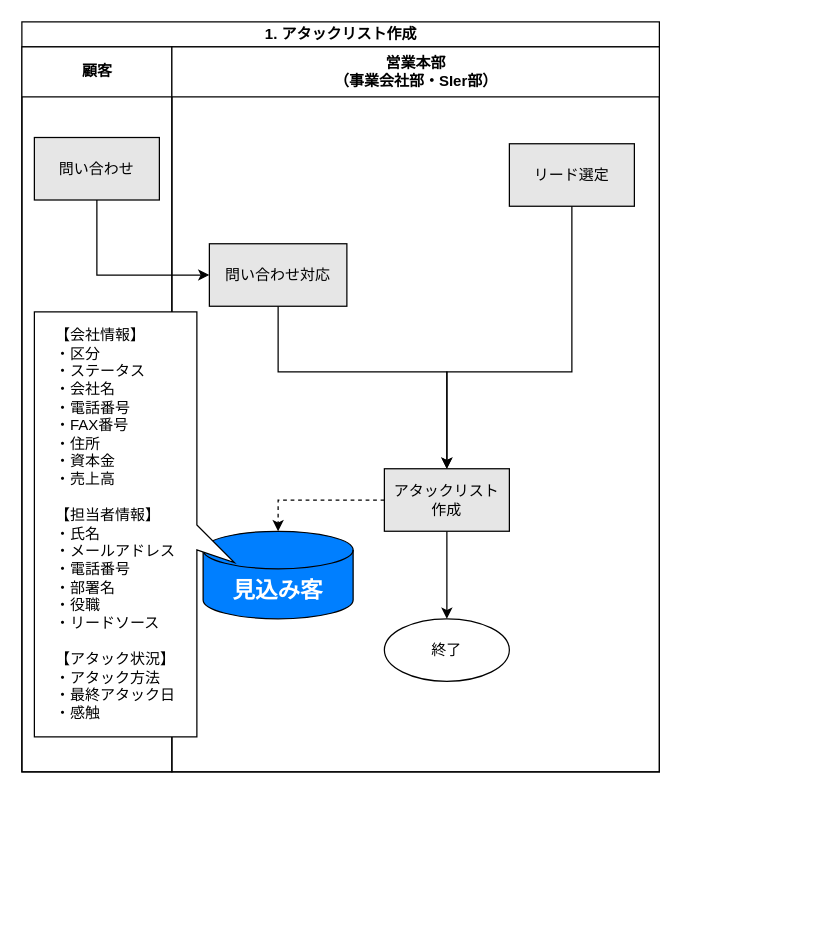
Before: page "アタックリスト作成" (2 of 6) of 20230622To-Be業務フロー図.drawio in TaikiHorita/TaikiRepository, a draw.io diagram. Source tidied: cells renumbered, new cells numbered last; positions are measured from the earlier drawing's top-left corner, leaving out a move shared by most shapes. Both pictures are drawn from the tidied source at 125%, with x=0, y=0 at pixel (21, 21).
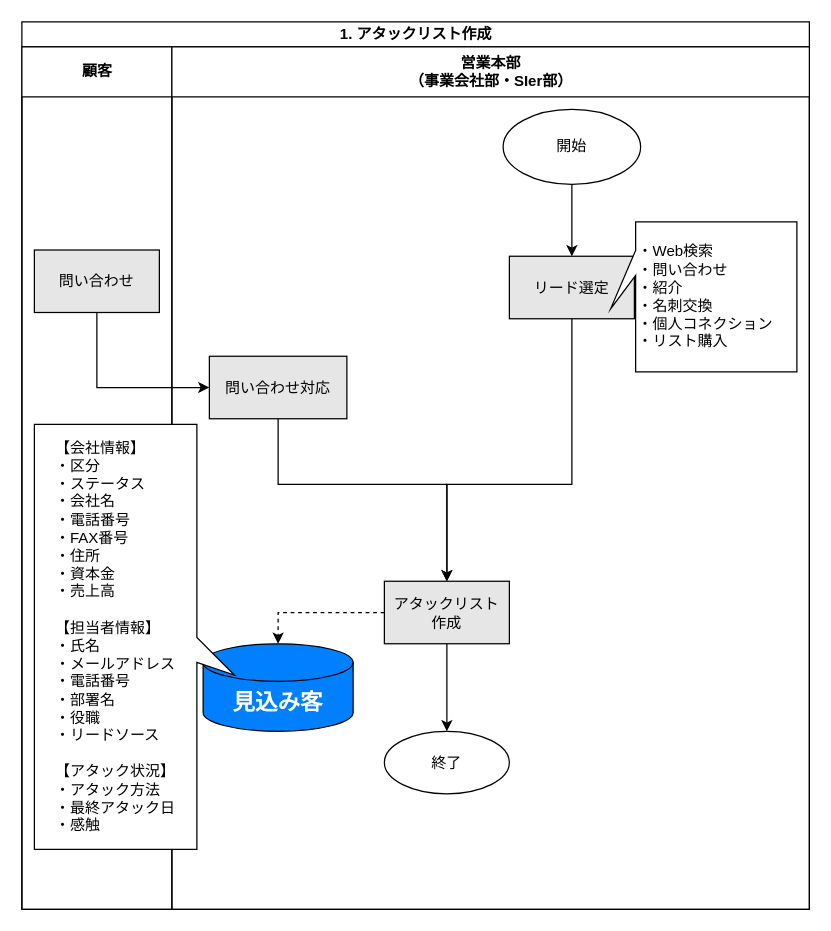
The same page after the edit.

Diff of the diagram source:
```diff
@@
-    <mxCell id="2" value="1. アタックリスト作成" style="swimlane;startSize=20;html=1;" parent="1" vertex="1">
-      <mxGeometry width="510" height="600" as="geometry" />
+    <mxCell id="2" value="1. アタックリスト作成" style="swimlane;startSize=20;html=1;fontFamily=メイリオ;" parent="1" vertex="1">
+      <mxGeometry width="630" height="710" as="geometry" />
     </mxCell>
-    <mxCell id="3" value="顧客" style="swimlane;startSize=40;html=1;" parent="2" vertex="1">
-      <mxGeometry y="20" width="120" height="580" as="geometry" />
+    <mxCell id="3" value="顧客" style="swimlane;startSize=40;html=1;fontFamily=メイリオ;" parent="2" vertex="1">
+      <mxGeometry y="20" width="120" height="690" as="geometry" />
     </mxCell>
+    <mxCell id="5" value="営業本部&lt;br&gt;（事業会社部・SIer部）" style="swimlane;startSize=40;html=1;fontFamily=メイリオ;" parent="2" vertex="1">
+      <mxGeometry x="120" y="20" width="510" height="690" as="geometry" />
+    </mxCell>
+    <mxCell id="17" value="&lt;font face=&quot;メイリオ&quot;&gt;開始&lt;/font&gt;" style="ellipse;whiteSpace=wrap;html=1;" parent="5" vertex="1">
+      <mxGeometry x="265" y="50" width="110" height="60" as="geometry" />
+    </mxCell>
-    <mxCell id="4" value="問い合わせ" style="rounded=0;whiteSpace=wrap;html=1;fillColor=#E6E6E6;" parent="3" vertex="1">
-      <mxGeometry x="10" y="72.5" width="100" height="50" as="geometry" />
+    <mxCell id="4" value="問い合わせ" style="rounded=0;whiteSpace=wrap;html=1;fillColor=#E6E6E6;fontFamily=メイリオ;" parent="1" vertex="1">
+      <mxGeometry x="10" y="182.5" width="100" height="50" as="geometry" />
     </mxCell>
-    <mxCell id="5" value="営業本部&lt;br&gt;（事業会社部・SIer部）" style="swimlane;startSize=40;html=1;" parent="2" vertex="1">
-      <mxGeometry x="120" y="20" width="390" height="580" as="geometry" />
-    </mxCell>
-    <mxCell id="6" style="edgeStyle=orthogonalEdgeStyle;rounded=0;jettySize=auto;html=1;exitX=0.5;exitY=1;exitDx=0;exitDy=0;entryX=0.5;entryY=0;entryDx=0;entryDy=0;" parent="5" edge="1" source="7" target="14">
+    <mxCell id="6" style="edgeStyle=orthogonalEdgeStyle;rounded=0;jettySize=auto;html=1;exitX=0.5;exitY=1;exitDx=0;exitDy=0;entryX=0.5;entryY=0;entryDx=0;entryDy=0;fontFamily=メイリオ;" parent="1" edge="1" source="7" target="14">
       <mxGeometry relative="1" as="geometry">
         <Array as="points">
-          <mxPoint x="85" y="260" />
-          <mxPoint x="220" y="260" />
+          <mxPoint x="205" y="370" />
+          <mxPoint x="340" y="370" />
         </Array>
       </mxGeometry>
     </mxCell>
-    <mxCell id="7" value="問い合わせ対応" style="rounded=0;whiteSpace=wrap;html=1;fillColor=#E6E6E6;" parent="5" vertex="1">
-      <mxGeometry x="30" y="157.5" width="110" height="50" as="geometry" />
+    <mxCell id="7" value="問い合わせ対応" style="rounded=0;whiteSpace=wrap;html=1;fillColor=#E6E6E6;fontFamily=メイリオ;" parent="1" vertex="1">
+      <mxGeometry x="150" y="267.5" width="110" height="50" as="geometry" />
     </mxCell>
-    <mxCell id="8" value="&lt;font color=&quot;#ffffff&quot;&gt;&lt;span style=&quot;font-size: 18px;&quot;&gt;&lt;b&gt;見込み客&lt;/b&gt;&lt;/span&gt;&lt;/font&gt;" style="shape=cylinder3;whiteSpace=wrap;html=1;boundedLbl=1;backgroundOutline=1;size=15;fillColor=#007FFF;" parent="5" vertex="1">
-      <mxGeometry x="25" y="387.5" width="120" height="70" as="geometry" />
+    <mxCell id="8" value="&lt;font color=&quot;#ffffff&quot;&gt;&lt;span style=&quot;font-size: 18px;&quot;&gt;&lt;b&gt;見込み客&lt;/b&gt;&lt;/span&gt;&lt;/font&gt;" style="shape=cylinder3;whiteSpace=wrap;html=1;boundedLbl=1;backgroundOutline=1;size=15;fillColor=#007FFF;fontFamily=メイリオ;" parent="1" vertex="1">
+      <mxGeometry x="145" y="497.5" width="120" height="70" as="geometry" />
     </mxCell>
-    <mxCell id="9" value="終了" style="ellipse;whiteSpace=wrap;html=1;" parent="5" vertex="1">
-      <mxGeometry x="170" y="457.5" width="100" height="50" as="geometry" />
+    <mxCell id="9" value="終了" style="ellipse;whiteSpace=wrap;html=1;fontFamily=メイリオ;" parent="1" vertex="1">
+      <mxGeometry x="290" y="567.5" width="100" height="50" as="geometry" />
     </mxCell>
-    <mxCell id="10" style="edgeStyle=orthogonalEdgeStyle;rounded=0;jettySize=auto;html=1;exitX=0.5;exitY=1;exitDx=0;exitDy=0;entryX=0.5;entryY=0;entryDx=0;entryDy=0;" parent="5" edge="1" source="11" target="14">
+    <mxCell id="10" style="edgeStyle=orthogonalEdgeStyle;rounded=0;jettySize=auto;html=1;exitX=0.5;exitY=1;exitDx=0;exitDy=0;entryX=0.5;entryY=0;entryDx=0;entryDy=0;fontFamily=メイリオ;" parent="1" edge="1" source="11" target="14">
       <mxGeometry relative="1" as="geometry">
         <Array as="points">
-          <mxPoint x="320" y="260" />
-          <mxPoint x="220" y="260" />
+          <mxPoint x="440" y="370" />
+          <mxPoint x="340" y="370" />
         </Array>
       </mxGeometry>
     </mxCell>
-    <mxCell id="11" value="リード選定" style="rounded=0;whiteSpace=wrap;html=1;fillColor=#E6E6E6;" parent="5" vertex="1">
-      <mxGeometry x="270" y="77.5" width="100" height="50" as="geometry" />
+    <mxCell id="11" value="リード選定" style="rounded=0;whiteSpace=wrap;html=1;fillColor=#E6E6E6;fontFamily=メイリオ;" parent="1" vertex="1">
+      <mxGeometry x="390" y="187.5" width="100" height="50" as="geometry" />
     </mxCell>
-    <mxCell id="12" style="edgeStyle=orthogonalEdgeStyle;rounded=0;jettySize=auto;html=1;exitX=0;exitY=0.5;exitDx=0;exitDy=0;entryX=0.5;entryY=0;entryDx=0;entryDy=0;entryPerimeter=0;dashed=1;" parent="5" edge="1" source="14" target="8">
+    <mxCell id="12" style="edgeStyle=orthogonalEdgeStyle;rounded=0;jettySize=auto;html=1;exitX=0;exitY=0.5;exitDx=0;exitDy=0;entryX=0.5;entryY=0;entryDx=0;entryDy=0;entryPerimeter=0;dashed=1;fontFamily=メイリオ;" parent="1" edge="1" source="14" target="8">
       <mxGeometry relative="1" as="geometry" />
     </mxCell>
-    <mxCell id="13" style="edgeStyle=orthogonalEdgeStyle;rounded=0;jettySize=auto;html=1;exitX=0.5;exitY=1;exitDx=0;exitDy=0;entryX=0.5;entryY=0;entryDx=0;entryDy=0;" parent="5" edge="1" source="14" target="9">
+    <mxCell id="13" style="edgeStyle=orthogonalEdgeStyle;rounded=0;jettySize=auto;html=1;exitX=0.5;exitY=1;exitDx=0;exitDy=0;entryX=0.5;entryY=0;entryDx=0;entryDy=0;fontFamily=メイリオ;" parent="1" edge="1" source="14" target="9">
       <mxGeometry relative="1" as="geometry" />
     </mxCell>
-    <mxCell id="14" value="アタックリスト&lt;br&gt;作成" style="rounded=0;whiteSpace=wrap;html=1;fillColor=#E6E6E6;" parent="5" vertex="1">
-      <mxGeometry x="170" y="337.5" width="100" height="50" as="geometry" />
+    <mxCell id="14" value="アタックリスト&lt;br&gt;作成" style="rounded=0;whiteSpace=wrap;html=1;fillColor=#E6E6E6;fontFamily=メイリオ;" parent="1" vertex="1">
+      <mxGeometry x="290" y="447.5" width="100" height="50" as="geometry" />
     </mxCell>
-    <mxCell id="15" value="&lt;div style=&quot;text-align: left;&quot;&gt;&lt;span style=&quot;background-color: initial;&quot;&gt;【会社情報】&lt;/span&gt;&lt;/div&gt;&lt;div style=&quot;text-align: left;&quot;&gt;&lt;span style=&quot;background-color: initial;&quot;&gt;・区分&lt;/span&gt;&lt;/div&gt;&lt;div style=&quot;text-align: left;&quot;&gt;&lt;span style=&quot;background-color: initial;&quot;&gt;・ステータス&lt;/span&gt;&lt;/div&gt;&lt;div style=&quot;text-align: left;&quot;&gt;&lt;span style=&quot;background-color: initial;&quot;&gt;・会社名&lt;/span&gt;&lt;/div&gt;&lt;div style=&quot;text-align: left;&quot;&gt;&lt;span style=&quot;background-color: initial;&quot;&gt;・電話番号&lt;/span&gt;&lt;/div&gt;&lt;div style=&quot;text-align: left;&quot;&gt;&lt;span style=&quot;background-color: initial;&quot;&gt;・FAX番号&lt;/span&gt;&lt;/div&gt;&lt;div style=&quot;text-align: left;&quot;&gt;&lt;span style=&quot;background-color: initial;&quot;&gt;・住所&lt;/span&gt;&lt;/div&gt;&lt;div style=&quot;text-align: left;&quot;&gt;&lt;span style=&quot;background-color: initial;&quot;&gt;・資本金&lt;/span&gt;&lt;/div&gt;&lt;div style=&quot;text-align: left;&quot;&gt;&lt;span style=&quot;background-color: initial;&quot;&gt;・売上高&lt;/span&gt;&lt;/div&gt;&lt;div style=&quot;text-align: left;&quot;&gt;&lt;br&gt;&lt;/div&gt;&lt;div style=&quot;text-align: left;&quot;&gt;&lt;span style=&quot;background-color: initial;&quot;&gt;【担当者情報】&lt;/span&gt;&lt;/div&gt;&lt;div style=&quot;text-align: left;&quot;&gt;&lt;span style=&quot;background-color: initial;&quot;&gt;・氏名&lt;/span&gt;&lt;/div&gt;&lt;div style=&quot;text-align: left;&quot;&gt;&lt;span style=&quot;background-color: initial;&quot;&gt;・メールアドレス&lt;/span&gt;&lt;/div&gt;&lt;div style=&quot;text-align: left;&quot;&gt;&lt;span style=&quot;background-color: initial;&quot;&gt;・電話番号&lt;/span&gt;&lt;/div&gt;&lt;div style=&quot;text-align: left;&quot;&gt;&lt;span style=&quot;background-color: initial;&quot;&gt;・部署名&lt;/span&gt;&lt;/div&gt;&lt;div style=&quot;text-align: left;&quot;&gt;&lt;span style=&quot;background-color: initial;&quot;&gt;・役職&lt;/span&gt;&lt;/div&gt;&lt;div style=&quot;text-align: left;&quot;&gt;&lt;span style=&quot;background-color: initial;&quot;&gt;・リードソース&lt;/span&gt;&lt;/div&gt;&lt;div style=&quot;text-align: left;&quot;&gt;&lt;br&gt;&lt;/div&gt;&lt;div style=&quot;text-align: left;&quot;&gt;&lt;span style=&quot;background-color: initial;&quot;&gt;【アタック状況】&lt;/span&gt;&lt;/div&gt;&lt;div style=&quot;text-align: left;&quot;&gt;&lt;span style=&quot;background-color: initial;&quot;&gt;・アタック方法&lt;/span&gt;&lt;/div&gt;&lt;div style=&quot;text-align: left;&quot;&gt;&lt;span style=&quot;background-color: initial;&quot;&gt;・最終アタック日&lt;/span&gt;&lt;/div&gt;&lt;div style=&quot;text-align: left;&quot;&gt;&lt;span style=&quot;background-color: initial;&quot;&gt;・感触&lt;/span&gt;&lt;/div&gt;" style="shape=callout;whiteSpace=wrap;html=1;perimeter=calloutPerimeter;direction=north;base=20;size=30;position=0.44;position2=0.41;" parent="5" vertex="1">
-      <mxGeometry x="-110" y="212" width="160" height="340" as="geometry" />
+    <mxCell id="15" value="&lt;div style=&quot;text-align: left;&quot;&gt;&lt;span style=&quot;background-color: initial;&quot;&gt;【会社情報】&lt;/span&gt;&lt;/div&gt;&lt;div style=&quot;text-align: left;&quot;&gt;&lt;span style=&quot;background-color: initial;&quot;&gt;・区分&lt;/span&gt;&lt;/div&gt;&lt;div style=&quot;text-align: left;&quot;&gt;&lt;span style=&quot;background-color: initial;&quot;&gt;・ステータス&lt;/span&gt;&lt;/div&gt;&lt;div style=&quot;text-align: left;&quot;&gt;&lt;span style=&quot;background-color: initial;&quot;&gt;・会社名&lt;/span&gt;&lt;/div&gt;&lt;div style=&quot;text-align: left;&quot;&gt;&lt;span style=&quot;background-color: initial;&quot;&gt;・電話番号&lt;/span&gt;&lt;/div&gt;&lt;div style=&quot;text-align: left;&quot;&gt;&lt;span style=&quot;background-color: initial;&quot;&gt;・FAX番号&lt;/span&gt;&lt;/div&gt;&lt;div style=&quot;text-align: left;&quot;&gt;&lt;span style=&quot;background-color: initial;&quot;&gt;・住所&lt;/span&gt;&lt;/div&gt;&lt;div style=&quot;text-align: left;&quot;&gt;&lt;span style=&quot;background-color: initial;&quot;&gt;・資本金&lt;/span&gt;&lt;/div&gt;&lt;div style=&quot;text-align: left;&quot;&gt;&lt;span style=&quot;background-color: initial;&quot;&gt;・売上高&lt;/span&gt;&lt;/div&gt;&lt;div style=&quot;text-align: left;&quot;&gt;&lt;br&gt;&lt;/div&gt;&lt;div style=&quot;text-align: left;&quot;&gt;&lt;span style=&quot;background-color: initial;&quot;&gt;【担当者情報】&lt;/span&gt;&lt;/div&gt;&lt;div style=&quot;text-align: left;&quot;&gt;&lt;span style=&quot;background-color: initial;&quot;&gt;・氏名&lt;/span&gt;&lt;/div&gt;&lt;div style=&quot;text-align: left;&quot;&gt;&lt;span style=&quot;background-color: initial;&quot;&gt;・メールアドレス&lt;/span&gt;&lt;/div&gt;&lt;div style=&quot;text-align: left;&quot;&gt;&lt;span style=&quot;background-color: initial;&quot;&gt;・電話番号&lt;/span&gt;&lt;/div&gt;&lt;div style=&quot;text-align: left;&quot;&gt;&lt;span style=&quot;background-color: initial;&quot;&gt;・部署名&lt;/span&gt;&lt;/div&gt;&lt;div style=&quot;text-align: left;&quot;&gt;&lt;span style=&quot;background-color: initial;&quot;&gt;・役職&lt;/span&gt;&lt;/div&gt;&lt;div style=&quot;text-align: left;&quot;&gt;&lt;span style=&quot;background-color: initial;&quot;&gt;・リードソース&lt;/span&gt;&lt;/div&gt;&lt;div style=&quot;text-align: left;&quot;&gt;&lt;br&gt;&lt;/div&gt;&lt;div style=&quot;text-align: left;&quot;&gt;&lt;span style=&quot;background-color: initial;&quot;&gt;【アタック状況】&lt;/span&gt;&lt;/div&gt;&lt;div style=&quot;text-align: left;&quot;&gt;&lt;span style=&quot;background-color: initial;&quot;&gt;・アタック方法&lt;/span&gt;&lt;/div&gt;&lt;div style=&quot;text-align: left;&quot;&gt;&lt;span style=&quot;background-color: initial;&quot;&gt;・最終アタック日&lt;/span&gt;&lt;/div&gt;&lt;div style=&quot;text-align: left;&quot;&gt;&lt;span style=&quot;background-color: initial;&quot;&gt;・感触&lt;/span&gt;&lt;/div&gt;" style="shape=callout;whiteSpace=wrap;html=1;perimeter=calloutPerimeter;direction=north;base=20;size=30;position=0.44;position2=0.41;fontFamily=メイリオ;" parent="1" vertex="1">
+      <mxGeometry x="10" y="322" width="160" height="340" as="geometry" />
     </mxCell>
+    <mxCell id="18" value="・Web検索&lt;br&gt;・問い合わせ&lt;br&gt;・紹介&lt;br&gt;・名刺交換&lt;br&gt;・個人コネクション&lt;br&gt;・リスト購入&lt;br&gt;" style="shape=callout;whiteSpace=wrap;html=1;perimeter=calloutPerimeter;position2=0.58;direction=south;align=left;size=20;position=0.19;fontFamily=メイリオ;" parent="1" vertex="1">
+      <mxGeometry x="471" y="160" width="149" height="120" as="geometry" />
+    </mxCell>
-    <mxCell id="16" style="edgeStyle=orthogonalEdgeStyle;rounded=0;jettySize=auto;html=1;exitX=0.5;exitY=1;exitDx=0;exitDy=0;entryX=0;entryY=0.5;entryDx=0;entryDy=0;" parent="2" edge="1" source="4" target="7">
+    <mxCell id="16" style="edgeStyle=orthogonalEdgeStyle;rounded=0;jettySize=auto;html=1;exitX=0.5;exitY=1;exitDx=0;exitDy=0;entryX=0;entryY=0.5;entryDx=0;entryDy=0;fontFamily=メイリオ;" parent="1" edge="1" source="4" target="7">
       <mxGeometry relative="1" as="geometry" />
     </mxCell>
+    <mxCell id="19" style="edgeStyle=orthogonalEdgeStyle;rounded=0;jettySize=auto;html=1;exitX=0.5;exitY=1;exitDx=0;exitDy=0;entryX=0.5;entryY=0;entryDx=0;entryDy=0;" parent="1" edge="1" source="17" target="11">
+      <mxGeometry relative="1" as="geometry" />
+    </mxCell>
```
